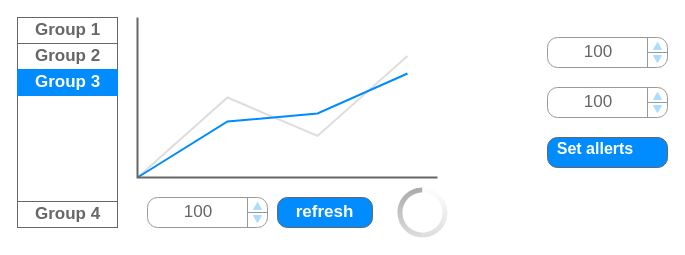
bouhady/diagrams keeps this draw.io diagram as Kamado ui m.drawio. Above is the earlier version. Source tidied: cells renumbered, new cells numbered last; positions are measured from the earlier drawing's top-left corner, leaving out a move shared by most shapes. Both pictures are drawn from the tidied source at 100%, with x=0, y=0 at pixel (17, 17).
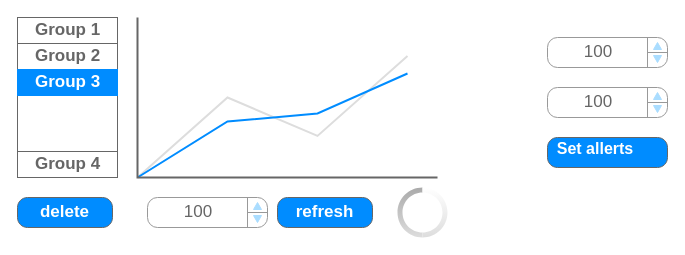
The same page after the edit.

The edit, as a diff of the source:
```diff
@@
 <mxGraphModel>
   <root>
     <mxCell id="0" />
     <mxCell id="1" parent="0" />
     <mxCell id="2" value="refresh" style="strokeWidth=1;shadow=0;dashed=0;align=center;html=1;shape=mxgraph.mockup.buttons.button;strokeColor=#666666;fontColor=#ffffff;mainText=;buttonStyle=round;fontSize=17;fontStyle=1;fillColor=#008cff;whiteSpace=wrap;" parent="1" vertex="1">
       <mxGeometry x="260" y="180" width="95" height="30" as="geometry" />
     </mxCell>
     <mxCell id="3" style="verticalLabelPosition=bottom;shadow=0;dashed=0;align=center;html=1;verticalAlign=top;strokeWidth=1;shape=mxgraph.mockup.graphics.lineChart;strokeColor=none;strokeColor2=#666666;strokeColor3=#008cff;strokeColor4=#dddddd;" parent="1" vertex="1">
       <mxGeometry x="120" width="300" height="160" as="geometry" />
     </mxCell>
     <mxCell id="4" value="&lt;table cellpadding=&quot;0&quot; cellspacing=&quot;0&quot; style=&quot;width:100%;height:100%;&quot;&gt;&lt;tr&gt;&lt;td style=&quot;width:85%&quot;&gt;100&lt;/td&gt;&lt;td style=&quot;width:15%&quot;&gt;&lt;/td&gt;&lt;/tr&gt;&lt;/table&gt;" style="strokeWidth=1;shadow=0;dashed=0;align=center;html=1;shape=mxgraph.mockup.forms.spinner;strokeColor=#999999;spinLayout=right;spinStyle=normal;adjStyle=triangle;fillColor=#aaddff;fontSize=17;fontColor=#666666;mainText=;html=1;overflow=fill;" parent="1" vertex="1">
       <mxGeometry x="130" y="180" width="120" height="30" as="geometry" />
     </mxCell>
     <mxCell id="5" style="strokeWidth=1;shadow=0;dashed=0;align=center;html=1;shape=mxgraph.mockup.containers.rrect;rSize=0;strokeColor=#666666;" parent="1" vertex="1">
-      <mxGeometry width="100" height="210" as="geometry" />
+      <mxGeometry width="100" height="160" as="geometry" />
     </mxCell>
     <mxCell id="6" value="Group 1" style="strokeColor=inherit;fillColor=inherit;gradientColor=inherit;strokeWidth=1;shadow=0;dashed=0;align=center;html=1;shape=mxgraph.mockup.containers.rrect;rSize=0;fontSize=17;fontColor=#666666;fontStyle=1;" parent="5" vertex="1">
       <mxGeometry width="100" height="26" relative="1" as="geometry" />
     </mxCell>
     <mxCell id="7" value="Group 2" style="strokeColor=inherit;fillColor=inherit;gradientColor=inherit;strokeWidth=1;shadow=0;dashed=0;align=center;html=1;shape=mxgraph.mockup.containers.rrect;rSize=0;fontSize=17;fontColor=#666666;fontStyle=1;" parent="5" vertex="1">
       <mxGeometry width="100" height="26" relative="1" as="geometry">
         <mxPoint y="26" as="offset" />
       </mxGeometry>
     </mxCell>
     <mxCell id="8" value="Group 3" style="strokeWidth=1;shadow=0;dashed=0;align=center;html=1;shape=mxgraph.mockup.containers.rrect;rSize=0;fontSize=17;fontColor=#ffffff;fontStyle=1;fillColor=#008cff;strokeColor=#008cff;" parent="5" vertex="1">
       <mxGeometry width="100" height="26" relative="1" as="geometry">
         <mxPoint y="52" as="offset" />
       </mxGeometry>
     </mxCell>
     <mxCell id="9" value="Group 4" style="strokeColor=inherit;fillColor=inherit;gradientColor=inherit;strokeWidth=1;shadow=0;dashed=0;align=center;html=1;shape=mxgraph.mockup.containers.rrect;rSize=0;fontSize=17;fontColor=#666666;fontStyle=1;" parent="5" vertex="1">
       <mxGeometry y="1" width="100" height="26" relative="1" as="geometry">
         <mxPoint y="-26" as="offset" />
       </mxGeometry>
     </mxCell>
     <mxCell id="10" style="verticalLabelPosition=bottom;verticalAlign=top;html=1;shadow=0;dashed=0;strokeWidth=1;shape=mxgraph.android.indeterminateSpinner;" parent="1" vertex="1">
       <mxGeometry x="380" y="170" width="50" height="50" as="geometry" />
     </mxCell>
     <mxCell id="11" value="&lt;table cellpadding=&quot;0&quot; cellspacing=&quot;0&quot; style=&quot;width:100%;height:100%;&quot;&gt;&lt;tr&gt;&lt;td style=&quot;width:85%&quot;&gt;100&lt;/td&gt;&lt;td style=&quot;width:15%&quot;&gt;&lt;/td&gt;&lt;/tr&gt;&lt;/table&gt;" style="strokeWidth=1;shadow=0;dashed=0;align=center;html=1;shape=mxgraph.mockup.forms.spinner;strokeColor=#999999;spinLayout=right;spinStyle=normal;adjStyle=triangle;fillColor=#aaddff;fontSize=17;fontColor=#666666;mainText=;html=1;overflow=fill;" parent="1" vertex="1">
       <mxGeometry x="530" y="20" width="120" height="30" as="geometry" />
     </mxCell>
     <mxCell id="12" value="&lt;table cellpadding=&quot;0&quot; cellspacing=&quot;0&quot; style=&quot;width:100%;height:100%;&quot;&gt;&lt;tr&gt;&lt;td style=&quot;width:85%&quot;&gt;100&lt;/td&gt;&lt;td style=&quot;width:15%&quot;&gt;&lt;/td&gt;&lt;/tr&gt;&lt;/table&gt;" style="strokeWidth=1;shadow=0;dashed=0;align=center;html=1;shape=mxgraph.mockup.forms.spinner;strokeColor=#999999;spinLayout=right;spinStyle=normal;adjStyle=triangle;fillColor=#aaddff;fontSize=17;fontColor=#666666;mainText=;html=1;overflow=fill;" parent="1" vertex="1">
       <mxGeometry x="530" y="70" width="120" height="30" as="geometry" />
     </mxCell>
     <mxCell id="13" style="strokeWidth=1;shadow=0;dashed=0;align=center;html=1;shape=mxgraph.mockup.buttons.multiButton;fillColor=#008cff;strokeColor=#666666;mainText=;subText=;" parent="1" vertex="1">
       <mxGeometry x="530" y="120" width="120" height="30" as="geometry" />
     </mxCell>
     <mxCell id="14" value="Set allerts" style="strokeWidth=1;shadow=0;dashed=0;align=center;html=1;shape=mxgraph.mockup.anchor;fontSize=16;fontColor=#ffffff;fontStyle=1;whiteSpace=wrap;" parent="13" vertex="1">
       <mxGeometry y="4.8" width="96" height="12" as="geometry" />
     </mxCell>
     <mxCell id="15" style="strokeWidth=1;shadow=0;dashed=0;align=center;html=1;shape=mxgraph.mockup.anchor;fontSize=12;fontColor=#ffffff;fontStyle=1;whiteSpace=wrap;" parent="13" vertex="1">
       <mxGeometry y="18" width="120" height="6" as="geometry" />
     </mxCell>
+    <mxCell id="16" value="delete" style="strokeWidth=1;shadow=0;dashed=0;align=center;html=1;shape=mxgraph.mockup.buttons.button;strokeColor=#666666;fontColor=#ffffff;mainText=;buttonStyle=round;fontSize=17;fontStyle=1;fillColor=#008cff;whiteSpace=wrap;" parent="1" vertex="1">
+      <mxGeometry y="180" width="95" height="30" as="geometry" />
+    </mxCell>
   </root>
 </mxGraphModel>
```
